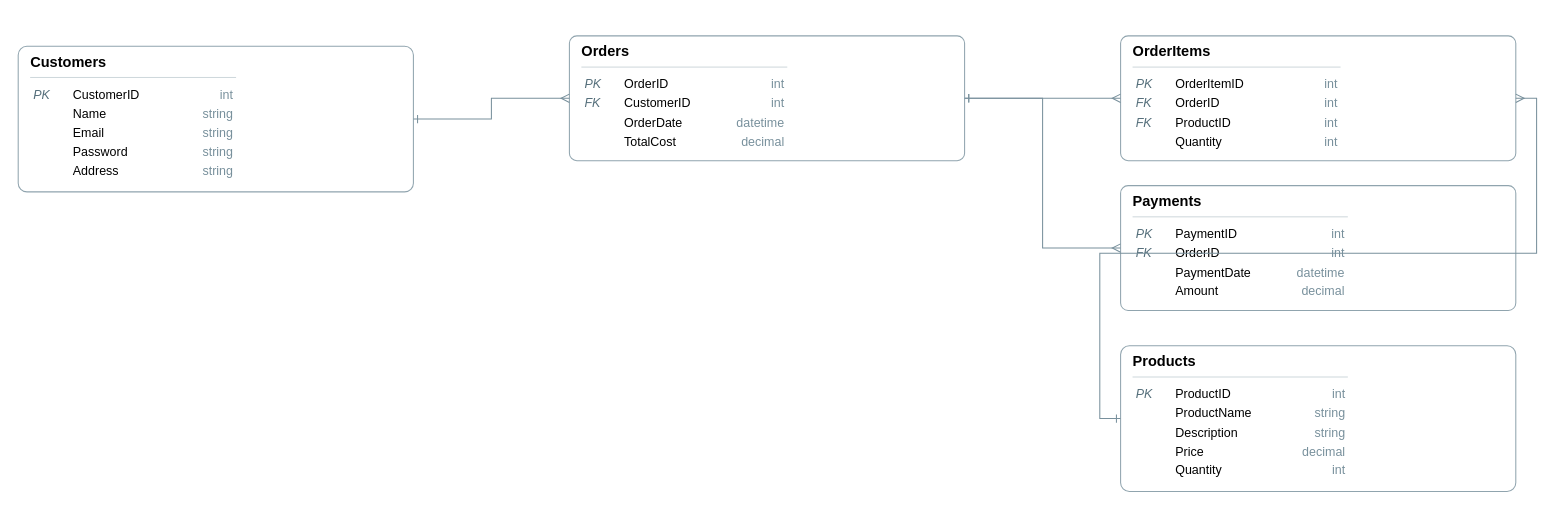
This is erd/ERD.drawio from drvmuk/sdlc_genai_demo, a draw.io file, before an edit. Source tidied: cells renumbered, new cells numbered last; positions are measured from the earlier drawing's top-left corner, leaving out a move shared by most shapes. Both pictures are drawn from the tidied source at 104%, with x=0, y=0 at pixel (18, 35).
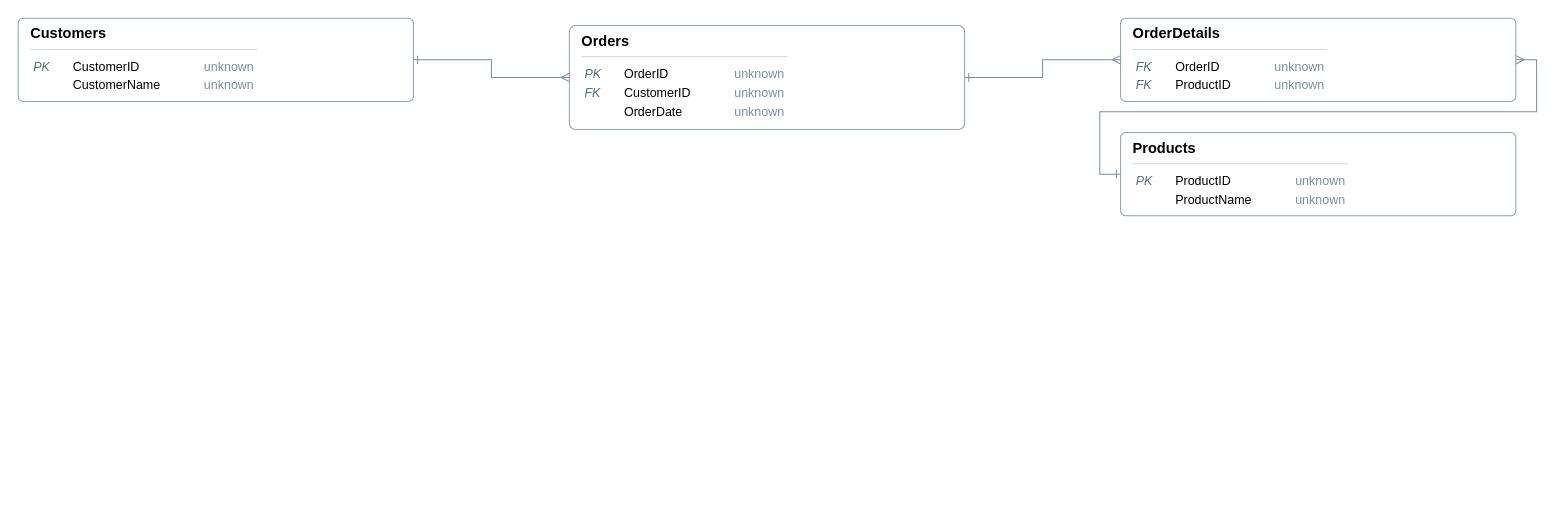
The same page after the edit.

Commit message (it also covers changes not shown here):
Upload ERD diagram (memory mode or volume mode)

The edit, as a diff of the source:
```diff
@@
 <mxGraphModel>
   <root>
     <mxCell id="0" />
     <mxCell id="1" parent="0" />
-    <mxCell id="2" value="&lt;div style='text-align:left'&gt;&lt;div style='font-weight:600;font-size:14px'&gt;Customers&lt;/div&gt;&lt;div style='border-top:1px solid #cfd8dc;margin:6px 0'&gt;&lt;/div&gt;&lt;table style='width:100%;font-size:12px'&gt;&lt;tr&gt;&lt;td style='width:34px;font-style:italic;color:#546E7A'&gt;PK&lt;/td&gt;&lt;td&gt;CustomerID&lt;/td&gt;&lt;td style='width:86px;text-align:right;color:#78909C'&gt;int&lt;/td&gt;&lt;/tr&gt;&lt;tr&gt;&lt;td style='width:34px;font-style:italic;color:#546E7A'&gt;&lt;/td&gt;&lt;td&gt;Name&lt;/td&gt;&lt;td style='width:86px;text-align:right;color:#78909C'&gt;string&lt;/td&gt;&lt;/tr&gt;&lt;tr&gt;&lt;td style='width:34px;font-style:italic;color:#546E7A'&gt;&lt;/td&gt;&lt;td&gt;Email&lt;/td&gt;&lt;td style='width:86px;text-align:right;color:#78909C'&gt;string&lt;/td&gt;&lt;/tr&gt;&lt;tr&gt;&lt;td style='width:34px;font-style:italic;color:#546E7A'&gt;&lt;/td&gt;&lt;td&gt;Password&lt;/td&gt;&lt;td style='width:86px;text-align:right;color:#78909C'&gt;string&lt;/td&gt;&lt;/tr&gt;&lt;tr&gt;&lt;td style='width:34px;font-style:italic;color:#546E7A'&gt;&lt;/td&gt;&lt;td&gt;Address&lt;/td&gt;&lt;td style='width:86px;text-align:right;color:#78909C'&gt;string&lt;/td&gt;&lt;/tr&gt;&lt;/table&gt;&lt;/div&gt;" style="whiteSpace=wrap;rounded=1;fillColor=#FFFFFF;strokeColor=#90A4AE;dashed=0;shape=rectangle;arcSize=6;fontSize=13;align=left;verticalAlign=top;spacingLeft=10;portConstraint=eastwest;html=1;" parent="1" vertex="1">
-      <mxGeometry y="10" width="380" height="140" as="geometry" />
-    </mxCell>
-    <mxCell id="3" value="&lt;div style='text-align:left'&gt;&lt;div style='font-weight:600;font-size:14px'&gt;Products&lt;/div&gt;&lt;div style='border-top:1px solid #cfd8dc;margin:6px 0'&gt;&lt;/div&gt;&lt;table style='width:100%;font-size:12px'&gt;&lt;tr&gt;&lt;td style='width:34px;font-style:italic;color:#546E7A'&gt;PK&lt;/td&gt;&lt;td&gt;ProductID&lt;/td&gt;&lt;td style='width:86px;text-align:right;color:#78909C'&gt;int&lt;/td&gt;&lt;/tr&gt;&lt;tr&gt;&lt;td style='width:34px;font-style:italic;color:#546E7A'&gt;&lt;/td&gt;&lt;td&gt;ProductName&lt;/td&gt;&lt;td style='width:86px;text-align:right;color:#78909C'&gt;string&lt;/td&gt;&lt;/tr&gt;&lt;tr&gt;&lt;td style='width:34px;font-style:italic;color:#546E7A'&gt;&lt;/td&gt;&lt;td&gt;Description&lt;/td&gt;&lt;td style='width:86px;text-align:right;color:#78909C'&gt;string&lt;/td&gt;&lt;/tr&gt;&lt;tr&gt;&lt;td style='width:34px;font-style:italic;color:#546E7A'&gt;&lt;/td&gt;&lt;td&gt;Price&lt;/td&gt;&lt;td style='width:86px;text-align:right;color:#78909C'&gt;decimal&lt;/td&gt;&lt;/tr&gt;&lt;tr&gt;&lt;td style='width:34px;font-style:italic;color:#546E7A'&gt;&lt;/td&gt;&lt;td&gt;Quantity&lt;/td&gt;&lt;td style='width:86px;text-align:right;color:#78909C'&gt;int&lt;/td&gt;&lt;/tr&gt;&lt;/table&gt;&lt;/div&gt;" style="whiteSpace=wrap;rounded=1;fillColor=#FFFFFF;strokeColor=#90A4AE;dashed=0;shape=rectangle;arcSize=6;fontSize=13;align=left;verticalAlign=top;spacingLeft=10;portConstraint=eastwest;html=1;" parent="1" vertex="1">
-      <mxGeometry x="1060" y="298" width="380" height="140" as="geometry" />
-    </mxCell>
-    <mxCell id="4" value="&lt;div style='text-align:left'&gt;&lt;div style='font-weight:600;font-size:14px'&gt;Orders&lt;/div&gt;&lt;div style='border-top:1px solid #cfd8dc;margin:6px 0'&gt;&lt;/div&gt;&lt;table style='width:100%;font-size:12px'&gt;&lt;tr&gt;&lt;td style='width:34px;font-style:italic;color:#546E7A'&gt;PK&lt;/td&gt;&lt;td&gt;OrderID&lt;/td&gt;&lt;td style='width:86px;text-align:right;color:#78909C'&gt;int&lt;/td&gt;&lt;/tr&gt;&lt;tr&gt;&lt;td style='width:34px;font-style:italic;color:#546E7A'&gt;FK&lt;/td&gt;&lt;td&gt;CustomerID&lt;/td&gt;&lt;td style='width:86px;text-align:right;color:#78909C'&gt;int&lt;/td&gt;&lt;/tr&gt;&lt;tr&gt;&lt;td style='width:34px;font-style:italic;color:#546E7A'&gt;&lt;/td&gt;&lt;td&gt;OrderDate&lt;/td&gt;&lt;td style='width:86px;text-align:right;color:#78909C'&gt;datetime&lt;/td&gt;&lt;/tr&gt;&lt;tr&gt;&lt;td style='width:34px;font-style:italic;color:#546E7A'&gt;&lt;/td&gt;&lt;td&gt;TotalCost&lt;/td&gt;&lt;td style='width:86px;text-align:right;color:#78909C'&gt;decimal&lt;/td&gt;&lt;/tr&gt;&lt;/table&gt;&lt;/div&gt;" style="whiteSpace=wrap;rounded=1;fillColor=#FFFFFF;strokeColor=#90A4AE;dashed=0;shape=rectangle;arcSize=6;fontSize=13;align=left;verticalAlign=top;spacingLeft=10;portConstraint=eastwest;html=1;" parent="1" vertex="1">
-      <mxGeometry x="530" width="380" height="120" as="geometry" />
-    </mxCell>
-    <mxCell id="5" value="&lt;div style='text-align:left'&gt;&lt;div style='font-weight:600;font-size:14px'&gt;OrderItems&lt;/div&gt;&lt;div style='border-top:1px solid #cfd8dc;margin:6px 0'&gt;&lt;/div&gt;&lt;table style='width:100%;font-size:12px'&gt;&lt;tr&gt;&lt;td style='width:34px;font-style:italic;color:#546E7A'&gt;PK&lt;/td&gt;&lt;td&gt;OrderItemID&lt;/td&gt;&lt;td style='width:86px;text-align:right;color:#78909C'&gt;int&lt;/td&gt;&lt;/tr&gt;&lt;tr&gt;&lt;td style='width:34px;font-style:italic;color:#546E7A'&gt;FK&lt;/td&gt;&lt;td&gt;OrderID&lt;/td&gt;&lt;td style='width:86px;text-align:right;color:#78909C'&gt;int&lt;/td&gt;&lt;/tr&gt;&lt;tr&gt;&lt;td style='width:34px;font-style:italic;color:#546E7A'&gt;FK&lt;/td&gt;&lt;td&gt;ProductID&lt;/td&gt;&lt;td style='width:86px;text-align:right;color:#78909C'&gt;int&lt;/td&gt;&lt;/tr&gt;&lt;tr&gt;&lt;td style='width:34px;font-style:italic;color:#546E7A'&gt;&lt;/td&gt;&lt;td&gt;Quantity&lt;/td&gt;&lt;td style='width:86px;text-align:right;color:#78909C'&gt;int&lt;/td&gt;&lt;/tr&gt;&lt;/table&gt;&lt;/div&gt;" style="whiteSpace=wrap;rounded=1;fillColor=#FFFFFF;strokeColor=#90A4AE;dashed=0;shape=rectangle;arcSize=6;fontSize=13;align=left;verticalAlign=top;spacingLeft=10;portConstraint=eastwest;html=1;" parent="1" vertex="1">
-      <mxGeometry x="1060" width="380" height="120" as="geometry" />
-    </mxCell>
-    <mxCell id="6" value="&lt;div style='text-align:left'&gt;&lt;div style='font-weight:600;font-size:14px'&gt;Payments&lt;/div&gt;&lt;div style='border-top:1px solid #cfd8dc;margin:6px 0'&gt;&lt;/div&gt;&lt;table style='width:100%;font-size:12px'&gt;&lt;tr&gt;&lt;td style='width:34px;font-style:italic;color:#546E7A'&gt;PK&lt;/td&gt;&lt;td&gt;PaymentID&lt;/td&gt;&lt;td style='width:86px;text-align:right;color:#78909C'&gt;int&lt;/td&gt;&lt;/tr&gt;&lt;tr&gt;&lt;td style='width:34px;font-style:italic;color:#546E7A'&gt;FK&lt;/td&gt;&lt;td&gt;OrderID&lt;/td&gt;&lt;td style='width:86px;text-align:right;color:#78909C'&gt;int&lt;/td&gt;&lt;/tr&gt;&lt;tr&gt;&lt;td style='width:34px;font-style:italic;color:#546E7A'&gt;&lt;/td&gt;&lt;td&gt;PaymentDate&lt;/td&gt;&lt;td style='width:86px;text-align:right;color:#78909C'&gt;datetime&lt;/td&gt;&lt;/tr&gt;&lt;tr&gt;&lt;td style='width:34px;font-style:italic;color:#546E7A'&gt;&lt;/td&gt;&lt;td&gt;Amount&lt;/td&gt;&lt;td style='width:86px;text-align:right;color:#78909C'&gt;decimal&lt;/td&gt;&lt;/tr&gt;&lt;/table&gt;&lt;/div&gt;" style="whiteSpace=wrap;rounded=1;fillColor=#FFFFFF;strokeColor=#90A4AE;dashed=0;shape=rectangle;arcSize=6;fontSize=13;align=left;verticalAlign=top;spacingLeft=10;portConstraint=eastwest;html=1;" parent="1" vertex="1">
-      <mxGeometry x="1060" y="144" width="380" height="120" as="geometry" />
-    </mxCell>
-    <mxCell id="7" style="edgeStyle=orthogonalEdgeStyle;rounded=0;jettySize=auto;startArrow=ERone;endArrow=ERmany;strokeColor=#78909C;jumpStyle=arc;jumpSize=6;" parent="1" edge="1" source="2" target="4">
-      <mxGeometry relative="1" as="geometry" />
-    </mxCell>
-    <mxCell id="8" style="edgeStyle=orthogonalEdgeStyle;rounded=0;jettySize=auto;startArrow=ERone;endArrow=ERmany;strokeColor=#78909C;jumpStyle=arc;jumpSize=6;" parent="1" edge="1" source="4" target="5">
-      <mxGeometry relative="1" as="geometry" />
-    </mxCell>
-    <mxCell id="9" style="edgeStyle=orthogonalEdgeStyle;rounded=0;jettySize=auto;startArrow=ERone;endArrow=ERmany;strokeColor=#78909C;jumpStyle=arc;jumpSize=6;" parent="1" edge="1" source="3" target="5">
-      <mxGeometry relative="1" as="geometry" />
-    </mxCell>
-    <mxCell id="10" style="edgeStyle=orthogonalEdgeStyle;rounded=0;jettySize=auto;startArrow=ERone;endArrow=ERmany;strokeColor=#78909C;jumpStyle=arc;jumpSize=6;" parent="1" edge="1" source="4" target="6">
-      <mxGeometry relative="1" as="geometry" />
-    </mxCell>
+    <mxCell id="11" value="&lt;div style='text-align:left'&gt;&lt;div style='font-weight:600;font-size:14px'&gt;Orders&lt;/div&gt;&lt;div style='border-top:1px solid #cfd8dc;margin:6px 0'&gt;&lt;/div&gt;&lt;table style='width:100%;font-size:12px'&gt;&lt;tr&gt;&lt;td style='width:34px;font-style:italic;color:#546E7A'&gt;PK&lt;/td&gt;&lt;td&gt;OrderID&lt;/td&gt;&lt;td style='width:86px;text-align:right;color:#78909C'&gt;unknown&lt;/td&gt;&lt;/tr&gt;&lt;tr&gt;&lt;td style='width:34px;font-style:italic;color:#546E7A'&gt;FK&lt;/td&gt;&lt;td&gt;CustomerID&lt;/td&gt;&lt;td style='width:86px;text-align:right;color:#78909C'&gt;unknown&lt;/td&gt;&lt;/tr&gt;&lt;tr&gt;&lt;td style='width:34px;font-style:italic;color:#546E7A'&gt;&lt;/td&gt;&lt;td&gt;OrderDate&lt;/td&gt;&lt;td style='width:86px;text-align:right;color:#78909C'&gt;unknown&lt;/td&gt;&lt;/tr&gt;&lt;/table&gt;&lt;/div&gt;" style="whiteSpace=wrap;rounded=1;fillColor=#FFFFFF;strokeColor=#90A4AE;dashed=0;shape=rectangle;arcSize=6;fontSize=13;align=left;verticalAlign=top;spacingLeft=10;portConstraint=eastwest;html=1;" parent="1" vertex="1">
+      <mxGeometry x="530" y="-10" width="380" height="100" as="geometry" />
+    </mxCell>
+    <mxCell id="12" value="&lt;div style='text-align:left'&gt;&lt;div style='font-weight:600;font-size:14px'&gt;Customers&lt;/div&gt;&lt;div style='border-top:1px solid #cfd8dc;margin:6px 0'&gt;&lt;/div&gt;&lt;table style='width:100%;font-size:12px'&gt;&lt;tr&gt;&lt;td style='width:34px;font-style:italic;color:#546E7A'&gt;PK&lt;/td&gt;&lt;td&gt;CustomerID&lt;/td&gt;&lt;td style='width:86px;text-align:right;color:#78909C'&gt;unknown&lt;/td&gt;&lt;/tr&gt;&lt;tr&gt;&lt;td style='width:34px;font-style:italic;color:#546E7A'&gt;&lt;/td&gt;&lt;td&gt;CustomerName&lt;/td&gt;&lt;td style='width:86px;text-align:right;color:#78909C'&gt;unknown&lt;/td&gt;&lt;/tr&gt;&lt;/table&gt;&lt;/div&gt;" style="whiteSpace=wrap;rounded=1;fillColor=#FFFFFF;strokeColor=#90A4AE;dashed=0;shape=rectangle;arcSize=6;fontSize=13;align=left;verticalAlign=top;spacingLeft=10;portConstraint=eastwest;html=1;" parent="1" vertex="1">
+      <mxGeometry y="-17" width="380" height="80" as="geometry" />
+    </mxCell>
+    <mxCell id="13" value="&lt;div style='text-align:left'&gt;&lt;div style='font-weight:600;font-size:14px'&gt;OrderDetails&lt;/div&gt;&lt;div style='border-top:1px solid #cfd8dc;margin:6px 0'&gt;&lt;/div&gt;&lt;table style='width:100%;font-size:12px'&gt;&lt;tr&gt;&lt;td style='width:34px;font-style:italic;color:#546E7A'&gt;FK&lt;/td&gt;&lt;td&gt;OrderID&lt;/td&gt;&lt;td style='width:86px;text-align:right;color:#78909C'&gt;unknown&lt;/td&gt;&lt;/tr&gt;&lt;tr&gt;&lt;td style='width:34px;font-style:italic;color:#546E7A'&gt;FK&lt;/td&gt;&lt;td&gt;ProductID&lt;/td&gt;&lt;td style='width:86px;text-align:right;color:#78909C'&gt;unknown&lt;/td&gt;&lt;/tr&gt;&lt;/table&gt;&lt;/div&gt;" style="whiteSpace=wrap;rounded=1;fillColor=#FFFFFF;strokeColor=#90A4AE;dashed=0;shape=rectangle;arcSize=6;fontSize=13;align=left;verticalAlign=top;spacingLeft=10;portConstraint=eastwest;html=1;" parent="1" vertex="1">
+      <mxGeometry x="1060" y="-17" width="380" height="80" as="geometry" />
+    </mxCell>
+    <mxCell id="14" value="&lt;div style='text-align:left'&gt;&lt;div style='font-weight:600;font-size:14px'&gt;Products&lt;/div&gt;&lt;div style='border-top:1px solid #cfd8dc;margin:6px 0'&gt;&lt;/div&gt;&lt;table style='width:100%;font-size:12px'&gt;&lt;tr&gt;&lt;td style='width:34px;font-style:italic;color:#546E7A'&gt;PK&lt;/td&gt;&lt;td&gt;ProductID&lt;/td&gt;&lt;td style='width:86px;text-align:right;color:#78909C'&gt;unknown&lt;/td&gt;&lt;/tr&gt;&lt;tr&gt;&lt;td style='width:34px;font-style:italic;color:#546E7A'&gt;&lt;/td&gt;&lt;td&gt;ProductName&lt;/td&gt;&lt;td style='width:86px;text-align:right;color:#78909C'&gt;unknown&lt;/td&gt;&lt;/tr&gt;&lt;/table&gt;&lt;/div&gt;" style="whiteSpace=wrap;rounded=1;fillColor=#FFFFFF;strokeColor=#90A4AE;dashed=0;shape=rectangle;arcSize=6;fontSize=13;align=left;verticalAlign=top;spacingLeft=10;portConstraint=eastwest;html=1;" parent="1" vertex="1">
+      <mxGeometry x="1060" y="93" width="380" height="80" as="geometry" />
+    </mxCell>
+    <mxCell id="15" style="edgeStyle=orthogonalEdgeStyle;rounded=0;jettySize=auto;startArrow=ERone;endArrow=ERmany;strokeColor=#78909C;jumpStyle=arc;jumpSize=6;" parent="1" edge="1" source="12" target="11">
+      <mxGeometry relative="1" as="geometry" />
+    </mxCell>
+    <mxCell id="16" style="edgeStyle=orthogonalEdgeStyle;rounded=0;jettySize=auto;startArrow=ERone;endArrow=ERmany;strokeColor=#78909C;jumpStyle=arc;jumpSize=6;" parent="1" edge="1" source="11" target="13">
+      <mxGeometry relative="1" as="geometry" />
+    </mxCell>
+    <mxCell id="17" style="edgeStyle=orthogonalEdgeStyle;rounded=0;jettySize=auto;startArrow=ERone;endArrow=ERmany;strokeColor=#78909C;jumpStyle=arc;jumpSize=6;" parent="1" edge="1" source="14" target="13">
+      <mxGeometry relative="1" as="geometry" />
+    </mxCell>
   </root>
 </mxGraphModel>
```
